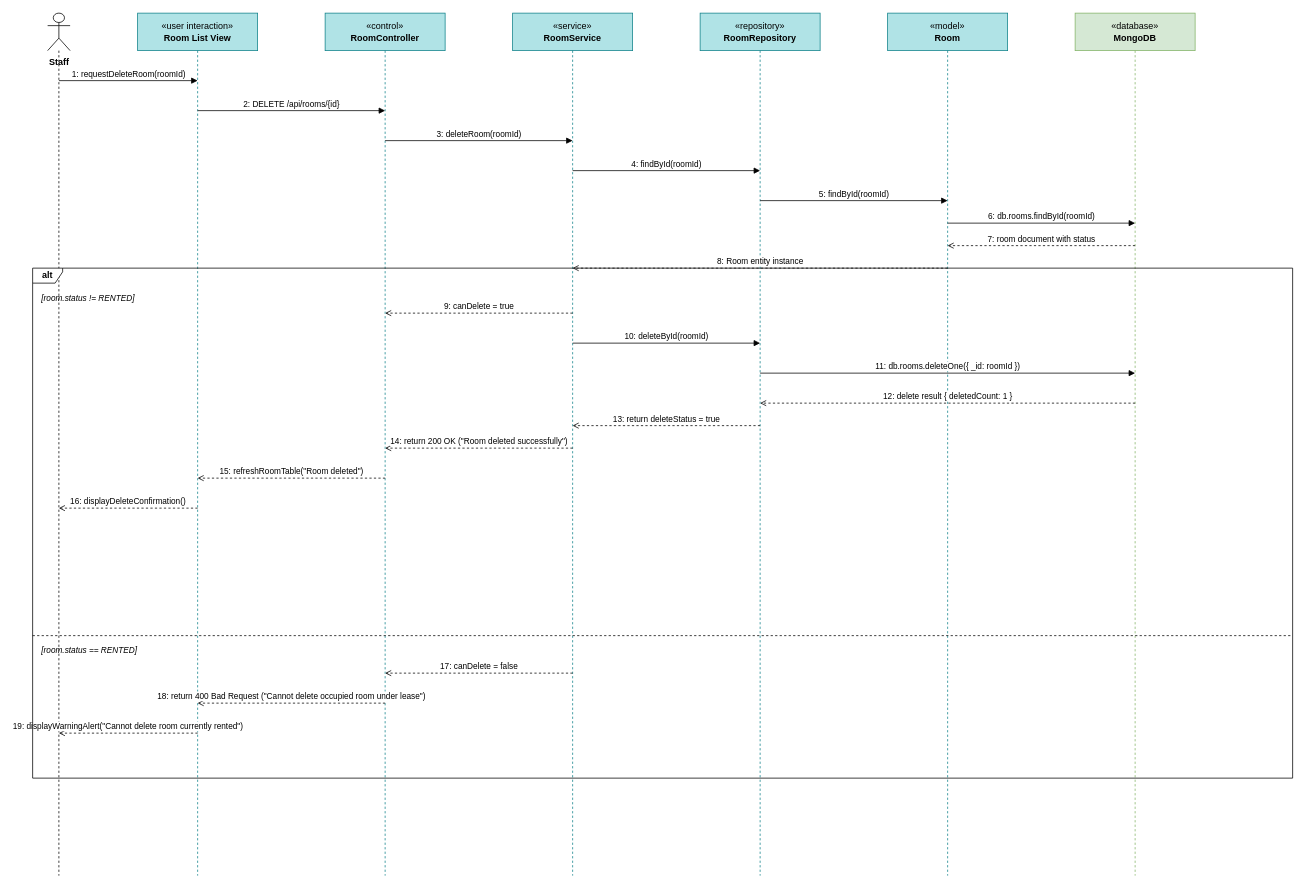
Earlier version of the draw.io diagram docs/diagrams/UC-M04_3_Delete_Room_SequenceDiagram.drawio (WanFJava/MotalManagementSystems). Source tidied: cells renumbered, new cells numbered last; positions are measured from the earlier drawing's top-left corner, leaving out a move shared by most shapes. Both pictures are drawn from the tidied source at 75%, with x=0, y=0 at pixel (32, 13).
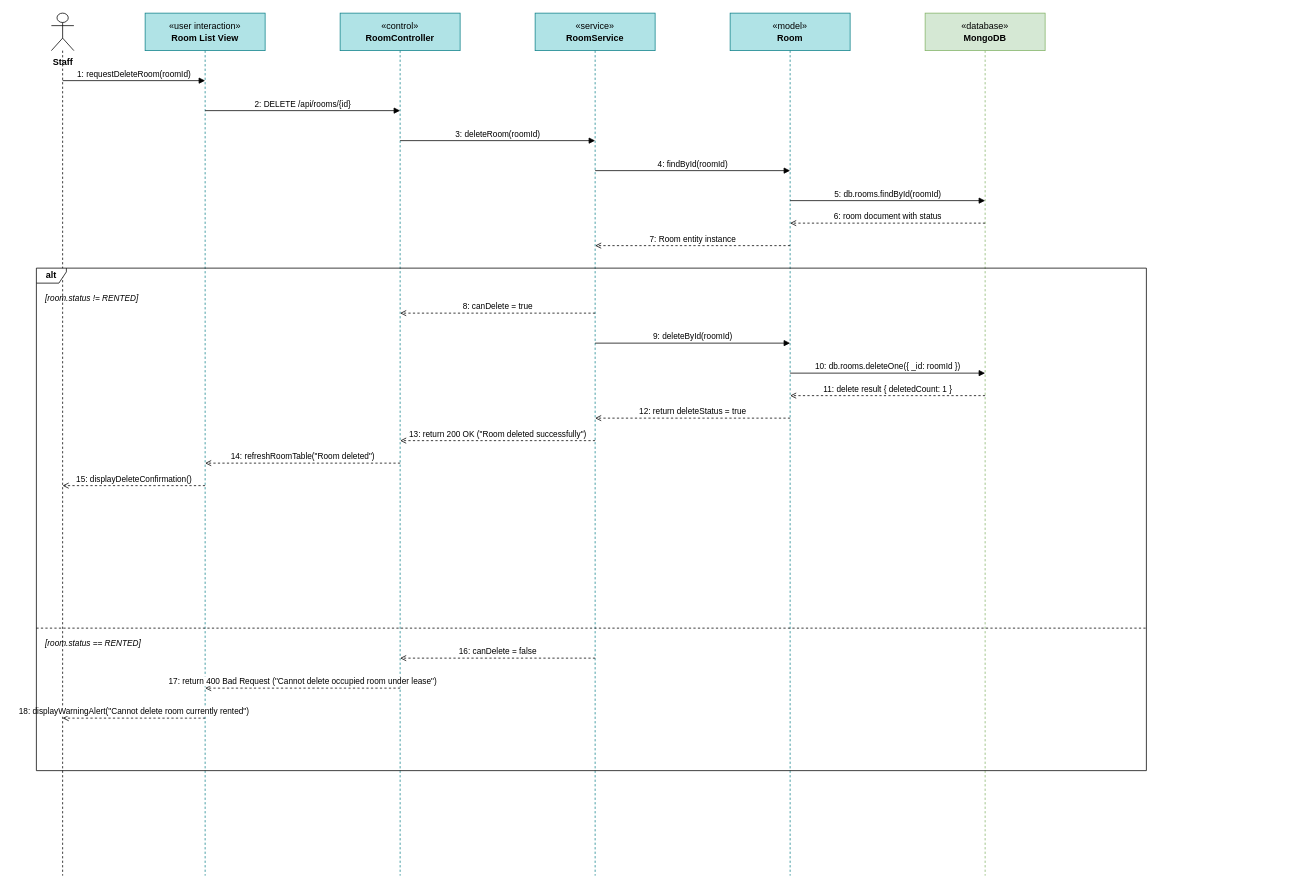
Above is the later version.

The edit, as a diff of the source:
```diff
@@
     <mxCell id="2" value="Staff" style="shape=umlLifeline;participant=umlActor;perimeter=lifelinePerimeter;whiteSpace=nowrap;html=1;verticalAlign=top;spacingTop=52;size=50;fontStyle=1;" parent="1" vertex="1">
-      <mxGeometry x="20" width="30" height="1150" as="geometry" />
+      <mxGeometry x="25" width="30" height="1150" as="geometry" />
     </mxCell>
     <mxCell id="3" value="&amp;laquo;user interaction&amp;raquo;&lt;br&gt;&lt;b&gt;Room List View&lt;/b&gt;" style="shape=umlLifeline;perimeter=lifelinePerimeter;whiteSpace=wrap;html=1;size=50;fillColor=#b0e3e6;strokeColor=#0e8088;" parent="1" vertex="1">
-      <mxGeometry x="140" width="160" height="1150" as="geometry" />
+      <mxGeometry x="150" width="160" height="1150" as="geometry" />
     </mxCell>
     <mxCell id="4" value="&amp;laquo;control&amp;raquo;&lt;br&gt;&lt;b&gt;RoomController&lt;/b&gt;" style="shape=umlLifeline;perimeter=lifelinePerimeter;whiteSpace=wrap;html=1;size=50;fillColor=#b0e3e6;strokeColor=#0e8088;" parent="1" vertex="1">
-      <mxGeometry x="390" width="160" height="1150" as="geometry" />
+      <mxGeometry x="410" width="160" height="1150" as="geometry" />
     </mxCell>
     <mxCell id="5" value="&amp;laquo;service&amp;raquo;&lt;br&gt;&lt;b&gt;RoomService&lt;/b&gt;" style="shape=umlLifeline;perimeter=lifelinePerimeter;whiteSpace=wrap;html=1;size=50;fillColor=#b0e3e6;strokeColor=#0e8088;" parent="1" vertex="1">
-      <mxGeometry x="640" width="160" height="1150" as="geometry" />
+      <mxGeometry x="670" width="160" height="1150" as="geometry" />
     </mxCell>
-    <mxCell id="6" value="&amp;laquo;repository&amp;raquo;&lt;br&gt;&lt;b&gt;RoomRepository&lt;/b&gt;" style="shape=umlLifeline;perimeter=lifelinePerimeter;whiteSpace=wrap;html=1;size=50;fillColor=#b0e3e6;strokeColor=#0e8088;" parent="1" vertex="1">
-      <mxGeometry x="890" width="160" height="1150" as="geometry" />
+    <mxCell id="6" value="&amp;laquo;model&amp;raquo;&lt;br&gt;&lt;b&gt;Room&lt;/b&gt;" style="shape=umlLifeline;perimeter=lifelinePerimeter;whiteSpace=wrap;html=1;size=50;fillColor=#b0e3e6;strokeColor=#0e8088;" parent="1" vertex="1">
+      <mxGeometry x="930" width="160" height="1150" as="geometry" />
     </mxCell>
-    <mxCell id="7" value="&amp;laquo;model&amp;raquo;&lt;br&gt;&lt;b&gt;Room&lt;/b&gt;" style="shape=umlLifeline;perimeter=lifelinePerimeter;whiteSpace=wrap;html=1;size=50;fillColor=#b0e3e6;strokeColor=#0e8088;" parent="1" vertex="1">
-      <mxGeometry x="1140" width="160" height="1150" as="geometry" />
+    <mxCell id="7" value="&amp;laquo;database&amp;raquo;&lt;br&gt;&lt;b&gt;MongoDB&lt;/b&gt;" style="shape=umlLifeline;perimeter=lifelinePerimeter;whiteSpace=wrap;html=1;size=50;fillColor=#d5e8d4;strokeColor=#82b366;" parent="1" vertex="1">
+      <mxGeometry x="1190" width="160" height="1150" as="geometry" />
     </mxCell>
-    <mxCell id="8" value="&amp;laquo;database&amp;raquo;&lt;br&gt;&lt;b&gt;MongoDB&lt;/b&gt;" style="shape=umlLifeline;perimeter=lifelinePerimeter;whiteSpace=wrap;html=1;size=50;fillColor=#d5e8d4;strokeColor=#82b366;" parent="1" vertex="1">
-      <mxGeometry x="1390" width="160" height="1150" as="geometry" />
-    </mxCell>
     <mxCell id="9" value="1: requestDeleteRoom(roomId)" style="endArrow=block;endFill=1;html=1;rounded=0;exitX=0.5;exitY=0;entryX=0.5;entryY=0;fontSize=11;verticalAlign=bottom;" parent="1" edge="1">
       <mxGeometry relative="1" as="geometry">
-        <mxPoint x="35" y="90" as="sourcePoint" />
-        <mxPoint x="220" y="90" as="targetPoint" />
+        <mxPoint x="40" y="90" as="sourcePoint" />
+        <mxPoint x="230" y="90" as="targetPoint" />
       </mxGeometry>
     </mxCell>
     <mxCell id="10" value="2: DELETE /api/rooms/{id}" style="endArrow=block;endFill=1;html=1;rounded=0;exitX=0.5;exitY=0;entryX=0.5;entryY=0;fontSize=11;verticalAlign=bottom;" parent="1" edge="1">
       <mxGeometry relative="1" as="geometry">
-        <mxPoint x="220" y="130" as="sourcePoint" />
-        <mxPoint x="470" y="130" as="targetPoint" />
+        <mxPoint x="230" y="130" as="sourcePoint" />
+        <mxPoint x="490" y="130" as="targetPoint" />
       </mxGeometry>
     </mxCell>
     <mxCell id="11" value="3: deleteRoom(roomId)" style="endArrow=block;endFill=1;html=1;rounded=0;exitX=0.5;exitY=0;entryX=0.5;entryY=0;fontSize=11;verticalAlign=bottom;" parent="1" edge="1">
       <mxGeometry relative="1" as="geometry">
-        <mxPoint x="470" y="170" as="sourcePoint" />
-        <mxPoint x="720" y="170" as="targetPoint" />
+        <mxPoint x="490" y="170" as="sourcePoint" />
+        <mxPoint x="750" y="170" as="targetPoint" />
       </mxGeometry>
     </mxCell>
     <mxCell id="12" value="4: findById(roomId)" style="endArrow=block;endFill=1;html=1;rounded=0;exitX=0.5;exitY=0;entryX=0.5;entryY=0;fontSize=11;verticalAlign=bottom;" parent="1" edge="1">
       <mxGeometry relative="1" as="geometry">
-        <mxPoint x="720" y="210" as="sourcePoint" />
-        <mxPoint x="970" y="210" as="targetPoint" />
+        <mxPoint x="750" y="210" as="sourcePoint" />
+        <mxPoint x="1010" y="210" as="targetPoint" />
       </mxGeometry>
     </mxCell>
-    <mxCell id="13" value="5: findById(roomId)" style="endArrow=block;endFill=1;html=1;rounded=0;exitX=0.5;exitY=0;entryX=0.5;entryY=0;fontSize=11;verticalAlign=bottom;" parent="1" edge="1">
+    <mxCell id="13" value="5: db.rooms.findById(roomId)" style="endArrow=block;endFill=1;html=1;rounded=0;exitX=0.5;exitY=0;entryX=0.5;entryY=0;fontSize=11;verticalAlign=bottom;" parent="1" edge="1">
       <mxGeometry relative="1" as="geometry">
-        <mxPoint x="970" y="250" as="sourcePoint" />
-        <mxPoint x="1220" y="250" as="targetPoint" />
+        <mxPoint x="1010" y="250" as="sourcePoint" />
+        <mxPoint x="1270" y="250" as="targetPoint" />
       </mxGeometry>
     </mxCell>
-    <mxCell id="14" value="6: db.rooms.findById(roomId)" style="endArrow=block;endFill=1;html=1;rounded=0;exitX=0.5;exitY=0;entryX=0.5;entryY=0;fontSize=11;verticalAlign=bottom;" parent="1" edge="1">
+    <mxCell id="14" value="6: room document with status" style="endArrow=open;dashed=1;endFill=0;html=1;rounded=0;exitX=0.5;exitY=0;entryX=0.5;entryY=0;fontSize=11;verticalAlign=bottom;" parent="1" edge="1">
       <mxGeometry relative="1" as="geometry">
-        <mxPoint x="1220" y="280" as="sourcePoint" />
-        <mxPoint x="1470" y="280" as="targetPoint" />
+        <mxPoint x="1270" y="280" as="sourcePoint" />
+        <mxPoint x="1010" y="280" as="targetPoint" />
       </mxGeometry>
     </mxCell>
-    <mxCell id="15" value="7: room document with status" style="endArrow=open;dashed=1;endFill=0;html=1;rounded=0;exitX=0.5;exitY=0;entryX=0.5;entryY=0;fontSize=11;verticalAlign=bottom;" parent="1" edge="1">
+    <mxCell id="15" value="7: Room entity instance" style="endArrow=open;dashed=1;endFill=0;html=1;rounded=0;exitX=0.5;exitY=0;entryX=0.5;entryY=0;fontSize=11;verticalAlign=bottom;" parent="1" edge="1">
       <mxGeometry relative="1" as="geometry">
-        <mxPoint x="1470" y="310" as="sourcePoint" />
-        <mxPoint x="1220" y="310" as="targetPoint" />
+        <mxPoint x="1010" y="310" as="sourcePoint" />
+        <mxPoint x="750" y="310" as="targetPoint" />
       </mxGeometry>
     </mxCell>
-    <mxCell id="16" value="8: Room entity instance" style="endArrow=open;dashed=1;endFill=0;html=1;rounded=0;exitX=0.5;exitY=0;entryX=0.5;entryY=0;fontSize=11;verticalAlign=bottom;" parent="1" edge="1">
+    <mxCell id="16" value="8: canDelete = true" style="endArrow=open;dashed=1;endFill=0;html=1;rounded=0;exitX=0.5;exitY=0;entryX=0.5;entryY=0;fontSize=11;verticalAlign=bottom;" parent="1" edge="1">
       <mxGeometry relative="1" as="geometry">
-        <mxPoint x="1220" y="340" as="sourcePoint" />
-        <mxPoint x="720" y="340" as="targetPoint" />
+        <mxPoint x="750" y="400" as="sourcePoint" />
+        <mxPoint x="490" y="400" as="targetPoint" />
       </mxGeometry>
     </mxCell>
-    <mxCell id="17" value="9: canDelete = true" style="endArrow=open;dashed=1;endFill=0;html=1;rounded=0;exitX=0.5;exitY=0;entryX=0.5;entryY=0;fontSize=11;verticalAlign=bottom;" parent="1" edge="1">
+    <mxCell id="17" value="9: deleteById(roomId)" style="endArrow=block;endFill=1;html=1;rounded=0;exitX=0.5;exitY=0;entryX=0.5;entryY=0;fontSize=11;verticalAlign=bottom;" parent="1" edge="1">
       <mxGeometry relative="1" as="geometry">
-        <mxPoint x="720" y="400" as="sourcePoint" />
-        <mxPoint x="470" y="400" as="targetPoint" />
+        <mxPoint x="750" y="440" as="sourcePoint" />
+        <mxPoint x="1010" y="440" as="targetPoint" />
       </mxGeometry>
     </mxCell>
-    <mxCell id="18" value="10: deleteById(roomId)" style="endArrow=block;endFill=1;html=1;rounded=0;exitX=0.5;exitY=0;entryX=0.5;entryY=0;fontSize=11;verticalAlign=bottom;" parent="1" edge="1">
+    <mxCell id="18" value="10: db.rooms.deleteOne({ _id: roomId })" style="endArrow=block;endFill=1;html=1;rounded=0;exitX=0.5;exitY=0;entryX=0.5;entryY=0;fontSize=11;verticalAlign=bottom;" parent="1" edge="1">
       <mxGeometry relative="1" as="geometry">
-        <mxPoint x="720" y="440" as="sourcePoint" />
-        <mxPoint x="970" y="440" as="targetPoint" />
+        <mxPoint x="1010" y="480" as="sourcePoint" />
+        <mxPoint x="1270" y="480" as="targetPoint" />
       </mxGeometry>
     </mxCell>
-    <mxCell id="19" value="11: db.rooms.deleteOne({ _id: roomId })" style="endArrow=block;endFill=1;html=1;rounded=0;exitX=0.5;exitY=0;entryX=0.5;entryY=0;fontSize=11;verticalAlign=bottom;" parent="1" edge="1">
+    <mxCell id="19" value="11: delete result { deletedCount: 1 }" style="endArrow=open;dashed=1;endFill=0;html=1;rounded=0;exitX=0.5;exitY=0;entryX=0.5;entryY=0;fontSize=11;verticalAlign=bottom;" parent="1" edge="1">
       <mxGeometry relative="1" as="geometry">
-        <mxPoint x="970" y="480" as="sourcePoint" />
-        <mxPoint x="1470" y="480" as="targetPoint" />
+        <mxPoint x="1270" y="510" as="sourcePoint" />
+        <mxPoint x="1010" y="510" as="targetPoint" />
       </mxGeometry>
     </mxCell>
-    <mxCell id="20" value="12: delete result { deletedCount: 1 }" style="endArrow=open;dashed=1;endFill=0;html=1;rounded=0;exitX=0.5;exitY=0;entryX=0.5;entryY=0;fontSize=11;verticalAlign=bottom;" parent="1" edge="1">
+    <mxCell id="20" value="12: return deleteStatus = true" style="endArrow=open;dashed=1;endFill=0;html=1;rounded=0;exitX=0.5;exitY=0;entryX=0.5;entryY=0;fontSize=11;verticalAlign=bottom;" parent="1" edge="1">
       <mxGeometry relative="1" as="geometry">
-        <mxPoint x="1470" y="520" as="sourcePoint" />
-        <mxPoint x="970" y="520" as="targetPoint" />
+        <mxPoint x="1010" y="540" as="sourcePoint" />
+        <mxPoint x="750" y="540" as="targetPoint" />
       </mxGeometry>
     </mxCell>
-    <mxCell id="21" value="13: return deleteStatus = true" style="endArrow=open;dashed=1;endFill=0;html=1;rounded=0;exitX=0.5;exitY=0;entryX=0.5;entryY=0;fontSize=11;verticalAlign=bottom;" parent="1" edge="1">
+    <mxCell id="21" value="13: return 200 OK (&quot;Room deleted successfully&quot;)" style="endArrow=open;dashed=1;endFill=0;html=1;rounded=0;exitX=0.5;exitY=0;entryX=0.5;entryY=0;fontSize=11;verticalAlign=bottom;" parent="1" edge="1">
       <mxGeometry relative="1" as="geometry">
-        <mxPoint x="970" y="550" as="sourcePoint" />
-        <mxPoint x="720" y="550" as="targetPoint" />
+        <mxPoint x="750" y="570" as="sourcePoint" />
+        <mxPoint x="490" y="570" as="targetPoint" />
       </mxGeometry>
     </mxCell>
-    <mxCell id="22" value="14: return 200 OK (&quot;Room deleted successfully&quot;)" style="endArrow=open;dashed=1;endFill=0;html=1;rounded=0;exitX=0.5;exitY=0;entryX=0.5;entryY=0;fontSize=11;verticalAlign=bottom;" parent="1" edge="1">
+    <mxCell id="22" value="14: refreshRoomTable(&quot;Room deleted&quot;)" style="endArrow=open;dashed=1;endFill=0;html=1;rounded=0;exitX=0.5;exitY=0;entryX=0.5;entryY=0;fontSize=11;verticalAlign=bottom;" parent="1" edge="1">
       <mxGeometry relative="1" as="geometry">
-        <mxPoint x="720" y="580" as="sourcePoint" />
-        <mxPoint x="470" y="580" as="targetPoint" />
+        <mxPoint x="490" y="600" as="sourcePoint" />
+        <mxPoint x="230" y="600" as="targetPoint" />
       </mxGeometry>
     </mxCell>
-    <mxCell id="23" value="15: refreshRoomTable(&quot;Room deleted&quot;)" style="endArrow=open;dashed=1;endFill=0;html=1;rounded=0;exitX=0.5;exitY=0;entryX=0.5;entryY=0;fontSize=11;verticalAlign=bottom;" parent="1" edge="1">
+    <mxCell id="23" value="15: displayDeleteConfirmation()" style="endArrow=open;dashed=1;endFill=0;html=1;rounded=0;exitX=0.5;exitY=0;entryX=0.5;entryY=0;fontSize=11;verticalAlign=bottom;" parent="1" edge="1">
       <mxGeometry relative="1" as="geometry">
-        <mxPoint x="470" y="620" as="sourcePoint" />
-        <mxPoint x="220" y="620" as="targetPoint" />
+        <mxPoint x="230" y="630" as="sourcePoint" />
+        <mxPoint x="40" y="630" as="targetPoint" />
       </mxGeometry>
     </mxCell>
-    <mxCell id="24" value="16: displayDeleteConfirmation()" style="endArrow=open;dashed=1;endFill=0;html=1;rounded=0;exitX=0.5;exitY=0;entryX=0.5;entryY=0;fontSize=11;verticalAlign=bottom;" parent="1" edge="1">
+    <mxCell id="24" value="16: canDelete = false" style="endArrow=open;dashed=1;endFill=0;html=1;rounded=0;exitX=0.5;exitY=0;entryX=0.5;entryY=0;fontSize=11;verticalAlign=bottom;" parent="1" edge="1">
       <mxGeometry relative="1" as="geometry">
-        <mxPoint x="220" y="660" as="sourcePoint" />
-        <mxPoint x="35" y="660" as="targetPoint" />
+        <mxPoint x="750" y="860" as="sourcePoint" />
+        <mxPoint x="490" y="860" as="targetPoint" />
       </mxGeometry>
     </mxCell>
-    <mxCell id="25" value="17: canDelete = false" style="endArrow=open;dashed=1;endFill=0;html=1;rounded=0;exitX=0.5;exitY=0;entryX=0.5;entryY=0;fontSize=11;verticalAlign=bottom;" parent="1" edge="1">
+    <mxCell id="25" value="17: return 400 Bad Request (&quot;Cannot delete occupied room under lease&quot;)" style="endArrow=open;dashed=1;endFill=0;html=1;rounded=0;exitX=0.5;exitY=0;entryX=0.5;entryY=0;fontSize=11;verticalAlign=bottom;" parent="1" edge="1">
       <mxGeometry relative="1" as="geometry">
-        <mxPoint x="720" y="880" as="sourcePoint" />
-        <mxPoint x="470" y="880" as="targetPoint" />
+        <mxPoint x="490" y="900" as="sourcePoint" />
+        <mxPoint x="230" y="900" as="targetPoint" />
       </mxGeometry>
     </mxCell>
-    <mxCell id="26" value="18: return 400 Bad Request (&quot;Cannot delete occupied room under lease&quot;)" style="endArrow=open;dashed=1;endFill=0;html=1;rounded=0;exitX=0.5;exitY=0;entryX=0.5;entryY=0;fontSize=11;verticalAlign=bottom;" parent="1" edge="1">
+    <mxCell id="26" value="18: displayWarningAlert(&quot;Cannot delete room currently rented&quot;)" style="endArrow=open;dashed=1;endFill=0;html=1;rounded=0;exitX=0.5;exitY=0;entryX=0.5;entryY=0;fontSize=11;verticalAlign=bottom;" parent="1" edge="1">
       <mxGeometry relative="1" as="geometry">
-        <mxPoint x="470" y="920" as="sourcePoint" />
-        <mxPoint x="220" y="920" as="targetPoint" />
+        <mxPoint x="230" y="940" as="sourcePoint" />
+        <mxPoint x="40" y="940" as="targetPoint" />
       </mxGeometry>
     </mxCell>
-    <mxCell id="27" value="19: displayWarningAlert(&quot;Cannot delete room currently rented&quot;)" style="endArrow=open;dashed=1;endFill=0;html=1;rounded=0;exitX=0.5;exitY=0;entryX=0.5;entryY=0;fontSize=11;verticalAlign=bottom;" parent="1" edge="1">
-      <mxGeometry relative="1" as="geometry">
-        <mxPoint x="220" y="960" as="sourcePoint" />
-        <mxPoint x="35" y="960" as="targetPoint" />
-      </mxGeometry>
-    </mxCell>
     <mxCell id="28" value="alt" style="shape=umlFrame;whiteSpace=wrap;html=1;width=40;height=20;fontSize=12;fontStyle=1;" parent="1" vertex="1">
-      <mxGeometry y="340" width="1680" height="680" as="geometry" />
+      <mxGeometry x="5" y="340" width="1480" height="670" as="geometry" />
     </mxCell>
     <mxCell id="29" value="[room.status != RENTED]" style="text;html=1;strokeColor=none;fillColor=none;align=left;verticalAlign=middle;whiteSpace=wrap;rounded=0;fontSize=11;fontStyle=2;" parent="1" vertex="1">
-      <mxGeometry x="10" y="370" width="220" height="20" as="geometry" />
+      <mxGeometry x="15" y="370" width="240" height="20" as="geometry" />
     </mxCell>
     <mxCell id="30" style="endArrow=none;dashed=1;html=1;rounded=0;" parent="1" edge="1">
       <mxGeometry relative="1" as="geometry">
-        <mxPoint y="830" as="sourcePoint" />
-        <mxPoint x="1680" y="830" as="targetPoint" />
+        <mxPoint x="5" y="820" as="sourcePoint" />
+        <mxPoint x="1485" y="820" as="targetPoint" />
       </mxGeometry>
     </mxCell>
     <mxCell id="31" value="[room.status == RENTED]" style="text;html=1;strokeColor=none;fillColor=none;align=left;verticalAlign=middle;whiteSpace=wrap;rounded=0;fontSize=11;fontStyle=2;" parent="1" vertex="1">
-      <mxGeometry x="10" y="840" width="220" height="20" as="geometry" />
+      <mxGeometry x="15" y="830" width="240" height="20" as="geometry" />
     </mxCell>
```
